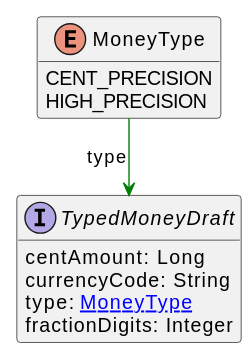
Before: uml/api/svg/MoneyType.svg, a diagram exported from PlantUML (commercetools/commercetools-api-reference). Source of this version:
```plantuml
@startuml
!pragma layout elk
hide methods
enum MoneyType {
    CENT_PRECISION
    HIGH_PRECISION
}
interface TypedMoneyDraft [[TypedMoneyDraft.svg]]  {
    centAmount: Long
    currencyCode: String
    type: [[MoneyType.svg MoneyType]]
    fractionDigits: Integer
}
MoneyType --> TypedMoneyDraft #green;text:green : "type"
@enduml
```
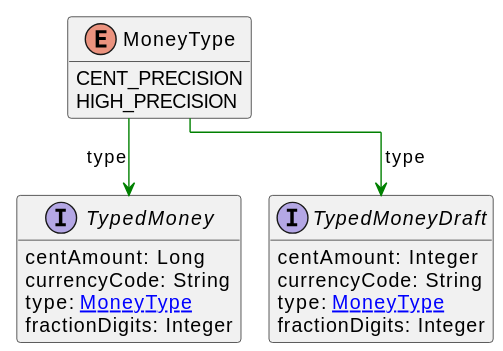
After the commit.

What changed in the source:
```diff
@@ -5,11 +5,18 @@
     CENT_PRECISION
     HIGH_PRECISION
 }
-interface TypedMoneyDraft [[TypedMoneyDraft.svg]]  {
+interface TypedMoney [[TypedMoney.svg]]  {
     centAmount: Long
     currencyCode: String
     type: [[MoneyType.svg MoneyType]]
     fractionDigits: Integer
 }
+interface TypedMoneyDraft [[TypedMoneyDraft.svg]]  {
+    centAmount: Integer
+    currencyCode: String
+    type: [[MoneyType.svg MoneyType]]
+    fractionDigits: Integer
+}
+MoneyType --> TypedMoney #green;text:green : "type"
 MoneyType --> TypedMoneyDraft #green;text:green : "type"
 @enduml
```
